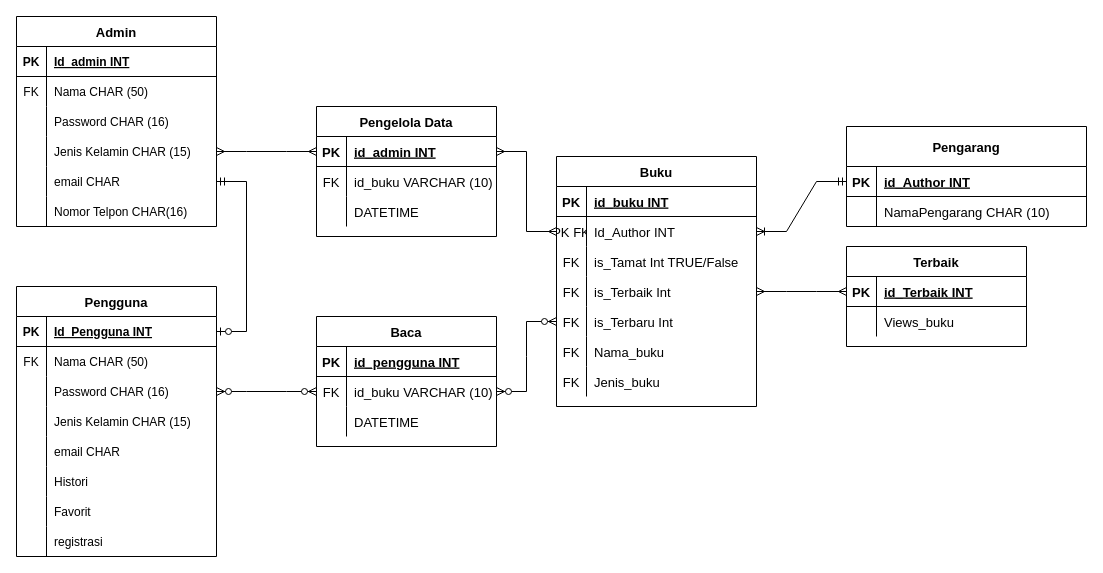
This is Pertemuan5/pertemuan5-erd.drawio from Nurrohman10/IF214002-2, a draw.io file, before an edit. Source tidied: cells renumbered, new cells numbered last; positions are measured from the earlier drawing's top-left corner, leaving out a move shared by most shapes. Both pictures are drawn from the tidied source at 100%, with x=0, y=0 at pixel (16, 16).
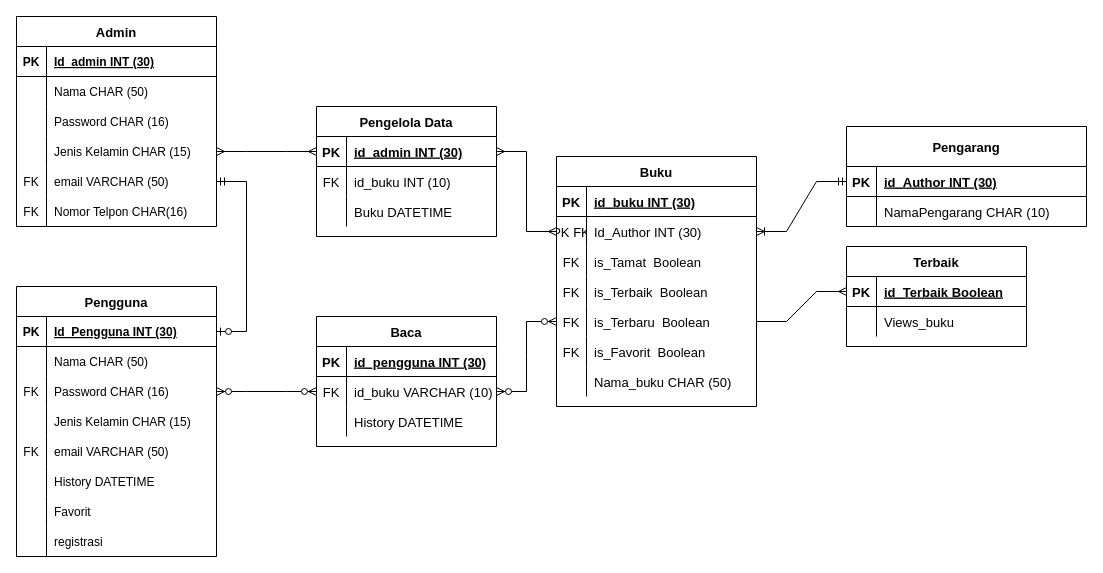
After the change.

Unchanged cells that the change refers to:
```xml
<mxCell id="3" style="shape=partialRectangle;fillColor=none;points=[[0,0.5],[1,0.5]];portConstraint=eastwest;top=0;left=0;right=0;bottom=1;" parent="2" vertex="1">
  <mxGeometry y="30" width="200" height="30" as="geometry" />
</mxCell>
<mxCell id="6" style="shape=partialRectangle;fillColor=none;top=0;left=0;right=0;bottom=0;" parent="2" vertex="1">
  <mxGeometry y="60" width="200" height="30" as="geometry" />
</mxCell>
<mxCell id="9" style="shape=partialRectangle;fillColor=none;points=[[0,0.5],[1,0.5]];portConstraint=eastwest;top=0;left=0;right=0;bottom=0;" parent="2" vertex="1">
  <mxGeometry y="90" width="200" height="30" as="geometry" />
</mxCell>
<mxCell id="15" style="shape=partialRectangle;fillColor=none;top=0;left=0;right=0;bottom=0;" parent="2" vertex="1">
  <mxGeometry y="150" width="200" height="30" as="geometry" />
</mxCell>
<mxCell id="18" style="shape=partialRectangle;fillColor=none;top=0;left=0;right=0;bottom=0;" parent="2" vertex="1">
  <mxGeometry y="180" width="200" height="30" as="geometry" />
</mxCell>
<mxCell id="27" value="Buku" style="shape=table;startSize=30;childLayout=tableLayout;rowLines=0;fontStyle=1;align=center;fontSize=13;" parent="1" vertex="1">
  <mxGeometry x="540" y="140" width="200" height="250" as="geometry" />
</mxCell>
<mxCell id="28" style="shape=tableRow;horizontal=0;startSize=0;swimlaneHead=0;swimlaneBody=0;fillColor=none;top=0;left=0;right=0;bottom=1;fontSize=13;" parent="27" vertex="1">
  <mxGeometry y="30" width="200" height="30" as="geometry" />
</mxCell>
<mxCell id="31" style="shape=tableRow;horizontal=0;startSize=0;swimlaneHead=0;swimlaneBody=0;fillColor=none;points=[[0,0.5],[1,0.5]];portConstraint=eastwest;top=0;left=0;right=0;bottom=0;fontSize=13;" parent="27" vertex="1">
  <mxGeometry y="60" width="200" height="30" as="geometry" />
</mxCell>
<mxCell id="34" style="shape=tableRow;horizontal=0;startSize=0;swimlaneHead=0;swimlaneBody=0;fillColor=none;top=0;left=0;right=0;bottom=0;fontSize=13;" parent="27" vertex="1">
  <mxGeometry y="90" width="200" height="30" as="geometry" />
</mxCell>
<mxCell id="37" style="shape=tableRow;horizontal=0;startSize=0;swimlaneHead=0;swimlaneBody=0;fillColor=none;points=[[0,0.5],[1,0.5]];portConstraint=eastwest;top=0;left=0;right=0;bottom=0;fontSize=13;" parent="27" vertex="1">
  <mxGeometry y="120" width="200" height="30" as="geometry" />
</mxCell>
<mxCell id="40" style="shape=tableRow;horizontal=0;startSize=0;swimlaneHead=0;swimlaneBody=0;fillColor=none;points=[[0,0.5],[1,0.5]];portConstraint=eastwest;top=0;left=0;right=0;bottom=0;fontSize=13;" parent="27" vertex="1">
  <mxGeometry y="150" width="200" height="30" as="geometry" />
</mxCell>
<mxCell id="51" style="shape=tableRow;horizontal=0;startSize=0;swimlaneHead=0;swimlaneBody=0;fillColor=none;points=[[0,0.5],[1,0.5]];portConstraint=eastwest;top=0;left=0;right=0;bottom=1;fontSize=13;" parent="50" vertex="1">
  <mxGeometry y="30" width="180" height="30" as="geometry" />
</mxCell>
<mxCell id="58" style="shape=tableRow;horizontal=0;startSize=0;swimlaneHead=0;swimlaneBody=0;fillColor=none;points=[[0,0.5],[1,0.5]];portConstraint=eastwest;top=0;left=0;right=0;bottom=1;fontSize=13;" parent="57" vertex="1">
  <mxGeometry y="40" width="240" height="30" as="geometry" />
</mxCell>
<mxCell id="66" style="shape=partialRectangle;fillColor=none;top=0;left=0;right=0;bottom=1;" parent="65" vertex="1">
  <mxGeometry y="30" width="200" height="30" as="geometry" />
</mxCell>
<mxCell id="69" style="shape=partialRectangle;fillColor=none;top=0;left=0;right=0;bottom=0;" parent="65" vertex="1">
  <mxGeometry y="60" width="200" height="30" as="geometry" />
</mxCell>
<mxCell id="78" style="shape=partialRectangle;fillColor=none;points=[[0,0.5],[1,0.5]];portConstraint=eastwest;top=0;left=0;right=0;bottom=0;" parent="65" vertex="1">
  <mxGeometry y="150" width="200" height="30" as="geometry" />
</mxCell>
<mxCell id="81" style="shape=partialRectangle;fillColor=none;top=0;left=0;right=0;bottom=0;" parent="65" vertex="1">
  <mxGeometry y="180" width="200" height="30" as="geometry" />
</mxCell>
<mxCell id="88" style="shape=tableRow;horizontal=0;startSize=0;swimlaneHead=0;swimlaneBody=0;fillColor=none;top=0;left=0;right=0;bottom=1;fontSize=13;" parent="87" vertex="1">
  <mxGeometry y="30" width="180" height="30" as="geometry" />
</mxCell>
<mxCell id="94" style="shape=tableRow;horizontal=0;startSize=0;swimlaneHead=0;swimlaneBody=0;fillColor=none;top=0;left=0;right=0;bottom=0;fontSize=13;" parent="87" vertex="1">
  <mxGeometry y="90" width="180" height="30" as="geometry" />
</mxCell>
<mxCell id="99" style="shape=tableRow;horizontal=0;startSize=0;swimlaneHead=0;swimlaneBody=0;fillColor=none;points=[[0,0.5],[1,0.5]];portConstraint=eastwest;top=0;left=0;right=0;bottom=1;fontSize=13;" parent="98" vertex="1">
  <mxGeometry y="30" width="180" height="30" as="geometry" />
</mxCell>
<mxCell id="102" style="shape=tableRow;horizontal=0;startSize=0;swimlaneHead=0;swimlaneBody=0;fillColor=none;top=0;left=0;right=0;bottom=0;fontSize=13;" parent="98" vertex="1">
  <mxGeometry y="60" width="180" height="30" as="geometry" />
</mxCell>
<mxCell id="105" style="shape=tableRow;horizontal=0;startSize=0;swimlaneHead=0;swimlaneBody=0;fillColor=none;top=0;left=0;right=0;bottom=0;fontSize=13;" parent="98" vertex="1">
  <mxGeometry y="90" width="180" height="30" as="geometry" />
</mxCell>
```

Change to the diagram source:
```diff
@@
-    <mxCell id="5" value="Id_Pengguna INT" style="shape=partialRectangle;overflow=hidden;fillColor=none;top=0;left=0;bottom=0;right=0;align=left;spacingLeft=6;fontStyle=5;" parent="3" vertex="1">
+    <mxCell id="5" value="Id_Pengguna INT (30)" style="shape=partialRectangle;overflow=hidden;fillColor=none;top=0;left=0;bottom=0;right=0;align=left;spacingLeft=6;fontStyle=5;" parent="3" vertex="1">
       <mxGeometry x="30" width="170" height="30" as="geometry" />
     </mxCell>
@@
-    <mxCell id="7" value="FK" style="shape=partialRectangle;overflow=hidden;fillColor=none;top=0;left=0;bottom=0;right=0;" parent="6" vertex="1">
+    <mxCell id="7" style="shape=partialRectangle;overflow=hidden;fillColor=none;top=0;left=0;bottom=0;right=0;" parent="6" vertex="1">
       <mxGeometry width="30" height="30" as="geometry" />
     </mxCell>
@@
-    <mxCell id="10" style="shape=partialRectangle;overflow=hidden;fillColor=none;top=0;left=0;bottom=0;right=0;" parent="9" vertex="1">
+    <mxCell id="10" value="FK" style="shape=partialRectangle;overflow=hidden;fillColor=none;top=0;left=0;bottom=0;right=0;" parent="9" vertex="1">
       <mxGeometry width="30" height="30" as="geometry" />
     </mxCell>
@@
-    <mxCell id="16" style="shape=partialRectangle;overflow=hidden;fillColor=none;top=0;left=0;bottom=0;right=0;" parent="15" vertex="1">
+    <mxCell id="16" value="FK" style="shape=partialRectangle;overflow=hidden;fillColor=none;top=0;left=0;bottom=0;right=0;" parent="15" vertex="1">
       <mxGeometry width="30" height="30" as="geometry" />
     </mxCell>
-    <mxCell id="17" value="email CHAR" style="shape=partialRectangle;overflow=hidden;fillColor=none;top=0;left=0;bottom=0;right=0;align=left;spacingLeft=6;" parent="15" vertex="1">
+    <mxCell id="17" value="email VARCHAR (50)" style="shape=partialRectangle;overflow=hidden;fillColor=none;top=0;left=0;bottom=0;right=0;align=left;spacingLeft=6;" parent="15" vertex="1">
       <mxGeometry x="30" width="170" height="30" as="geometry" />
     </mxCell>
@@
-    <mxCell id="20" value="Histori" style="shape=partialRectangle;overflow=hidden;fillColor=none;top=0;left=0;bottom=0;right=0;align=left;spacingLeft=6;" parent="18" vertex="1">
+    <mxCell id="20" value="History DATETIME" style="shape=partialRectangle;overflow=hidden;fillColor=none;top=0;left=0;bottom=0;right=0;align=left;spacingLeft=6;" parent="18" vertex="1">
       <mxGeometry x="30" width="170" height="30" as="geometry" />
     </mxCell>
@@
-    <mxCell id="30" value="id_buku INT" style="shape=partialRectangle;fillColor=none;top=0;left=0;bottom=0;right=0;align=left;spacingLeft=6;fontStyle=5;overflow=hidden;fontSize=13;" parent="28" vertex="1">
+    <mxCell id="30" value="id_buku INT (30)" style="shape=partialRectangle;fillColor=none;top=0;left=0;bottom=0;right=0;align=left;spacingLeft=6;fontStyle=5;overflow=hidden;fontSize=13;" parent="28" vertex="1">
       <mxGeometry x="30" width="170" height="30" as="geometry" />
     </mxCell>
@@
-    <mxCell id="33" value="Id_Author INT" style="shape=partialRectangle;fillColor=none;top=0;left=0;bottom=0;right=0;align=left;spacingLeft=6;overflow=hidden;fontSize=13;" parent="31" vertex="1">
+    <mxCell id="33" value="Id_Author INT (30)" style="shape=partialRectangle;fillColor=none;top=0;left=0;bottom=0;right=0;align=left;spacingLeft=6;overflow=hidden;fontSize=13;" parent="31" vertex="1">
       <mxGeometry x="30" width="170" height="30" as="geometry" />
     </mxCell>
@@
-    <mxCell id="36" value="is_Tamat Int TRUE/False" style="shape=partialRectangle;fillColor=none;top=0;left=0;bottom=0;right=0;align=left;spacingLeft=6;overflow=hidden;fontSize=13;" parent="34" vertex="1">
+    <mxCell id="36" value="is_Tamat  Boolean" style="shape=partialRectangle;fillColor=none;top=0;left=0;bottom=0;right=0;align=left;spacingLeft=6;overflow=hidden;fontSize=13;" parent="34" vertex="1">
       <mxGeometry x="30" width="170" height="30" as="geometry" />
     </mxCell>
@@
-    <mxCell id="39" value="is_Terbaik Int " style="shape=partialRectangle;fillColor=none;top=0;left=0;bottom=0;right=0;align=left;spacingLeft=6;overflow=hidden;fontSize=13;" parent="37" vertex="1">
+    <mxCell id="39" value="is_Terbaik  Boolean" style="shape=partialRectangle;fillColor=none;top=0;left=0;bottom=0;right=0;align=left;spacingLeft=6;overflow=hidden;fontSize=13;" parent="37" vertex="1">
       <mxGeometry x="30" width="170" height="30" as="geometry" />
     </mxCell>
@@
-    <mxCell id="42" value="is_Terbaru Int " style="shape=partialRectangle;fillColor=none;top=0;left=0;bottom=0;right=0;align=left;spacingLeft=6;overflow=hidden;fontSize=13;" parent="40" vertex="1">
+    <mxCell id="42" value="is_Terbaru  Boolean" style="shape=partialRectangle;fillColor=none;top=0;left=0;bottom=0;right=0;align=left;spacingLeft=6;overflow=hidden;fontSize=13;" parent="40" vertex="1">
       <mxGeometry x="30" width="170" height="30" as="geometry" />
     </mxCell>
+    <mxCell id="109" style="shape=tableRow;horizontal=0;startSize=0;swimlaneHead=0;swimlaneBody=0;fillColor=none;top=0;left=0;right=0;bottom=0;fontSize=13;" parent="27" vertex="1">
+      <mxGeometry y="180" width="200" height="30" as="geometry" />
+    </mxCell>
+    <mxCell id="47" value="FK" style="shape=partialRectangle;fillColor=none;top=0;left=0;bottom=0;right=0;overflow=hidden;fontSize=13;" parent="109" vertex="1">
+      <mxGeometry width="30" height="30" as="geometry" />
+    </mxCell>
+    <mxCell id="110" value="is_Favorit  Boolean" style="shape=partialRectangle;fillColor=none;top=0;left=0;bottom=0;right=0;align=left;spacingLeft=6;overflow=hidden;fontSize=13;" parent="109" vertex="1">
+      <mxGeometry x="30" width="170" height="30" as="geometry" />
+    </mxCell>
     <mxCell id="43" style="shape=tableRow;horizontal=0;startSize=0;swimlaneHead=0;swimlaneBody=0;fillColor=none;top=0;left=0;right=0;bottom=0;fontSize=13;" parent="27" vertex="1">
-      <mxGeometry y="180" width="200" height="30" as="geometry" />
+      <mxGeometry y="210" width="200" height="30" as="geometry" />
     </mxCell>
-    <mxCell id="44" value="FK" style="shape=partialRectangle;fillColor=none;top=0;left=0;bottom=0;right=0;overflow=hidden;fontSize=13;" parent="43" vertex="1">
+    <mxCell id="44" style="shape=partialRectangle;fillColor=none;top=0;left=0;bottom=0;right=0;overflow=hidden;fontSize=13;" parent="43" vertex="1">
       <mxGeometry width="30" height="30" as="geometry" />
     </mxCell>
-    <mxCell id="45" value="Nama_buku" style="shape=partialRectangle;fillColor=none;top=0;left=0;bottom=0;right=0;align=left;spacingLeft=6;overflow=hidden;fontSize=13;" parent="43" vertex="1">
+    <mxCell id="45" value="Nama_buku CHAR (50)" style="shape=partialRectangle;fillColor=none;top=0;left=0;bottom=0;right=0;align=left;spacingLeft=6;overflow=hidden;fontSize=13;" parent="43" vertex="1">
       <mxGeometry x="30" width="170" height="30" as="geometry" />
     </mxCell>
-    <mxCell id="46" style="shape=tableRow;horizontal=0;startSize=0;swimlaneHead=0;swimlaneBody=0;fillColor=none;top=0;left=0;right=0;bottom=0;fontSize=13;" parent="27" vertex="1">
-      <mxGeometry y="210" width="200" height="30" as="geometry" />
-    </mxCell>
-    <mxCell id="47" value="FK" style="shape=partialRectangle;fillColor=none;top=0;left=0;bottom=0;right=0;overflow=hidden;fontSize=13;" parent="46" vertex="1">
-      <mxGeometry width="30" height="30" as="geometry" />
-    </mxCell>
-    <mxCell id="48" value="Jenis_buku" style="shape=partialRectangle;fillColor=none;top=0;left=0;bottom=0;right=0;align=left;spacingLeft=6;overflow=hidden;fontSize=13;" parent="46" vertex="1">
-      <mxGeometry x="30" width="170" height="30" as="geometry" />
-    </mxCell>
@@
-    <mxCell id="53" value="id_Terbaik INT" style="shape=partialRectangle;fillColor=none;top=0;left=0;bottom=0;right=0;align=left;spacingLeft=6;fontStyle=5;overflow=hidden;fontSize=13;" parent="51" vertex="1">
+    <mxCell id="53" value="id_Terbaik Boolean" style="shape=partialRectangle;fillColor=none;top=0;left=0;bottom=0;right=0;align=left;spacingLeft=6;fontStyle=5;overflow=hidden;fontSize=13;" parent="51" vertex="1">
       <mxGeometry x="30" width="150" height="30" as="geometry" />
     </mxCell>
@@
-    <mxCell id="60" value="id_Author INT" style="shape=partialRectangle;fillColor=none;top=0;left=0;bottom=0;right=0;align=left;spacingLeft=6;fontStyle=5;overflow=hidden;fontSize=13;" parent="58" vertex="1">
+    <mxCell id="60" value="id_Author INT (30)" style="shape=partialRectangle;fillColor=none;top=0;left=0;bottom=0;right=0;align=left;spacingLeft=6;fontStyle=5;overflow=hidden;fontSize=13;" parent="58" vertex="1">
       <mxGeometry x="30" width="210" height="30" as="geometry" />
     </mxCell>
@@
-    <mxCell id="68" value="Id_admin INT" style="shape=partialRectangle;overflow=hidden;fillColor=none;top=0;left=0;bottom=0;right=0;align=left;spacingLeft=6;fontStyle=5;" parent="66" vertex="1">
+    <mxCell id="68" value="Id_admin INT (30)" style="shape=partialRectangle;overflow=hidden;fillColor=none;top=0;left=0;bottom=0;right=0;align=left;spacingLeft=6;fontStyle=5;" parent="66" vertex="1">
       <mxGeometry x="30" width="170" height="30" as="geometry" />
     </mxCell>
@@
-    <mxCell id="70" value="FK" style="shape=partialRectangle;overflow=hidden;fillColor=none;top=0;left=0;bottom=0;right=0;" parent="69" vertex="1">
+    <mxCell id="70" style="shape=partialRectangle;overflow=hidden;fillColor=none;top=0;left=0;bottom=0;right=0;" parent="69" vertex="1">
       <mxGeometry width="30" height="30" as="geometry" />
     </mxCell>
@@
-    <mxCell id="79" style="shape=partialRectangle;overflow=hidden;fillColor=none;top=0;left=0;bottom=0;right=0;" parent="78" vertex="1">
+    <mxCell id="79" value="FK" style="shape=partialRectangle;overflow=hidden;fillColor=none;top=0;left=0;bottom=0;right=0;" parent="78" vertex="1">
       <mxGeometry width="30" height="30" as="geometry" />
     </mxCell>
-    <mxCell id="80" value="email CHAR" style="shape=partialRectangle;overflow=hidden;fillColor=none;top=0;left=0;bottom=0;right=0;align=left;spacingLeft=6;" parent="78" vertex="1">
+    <mxCell id="80" value="email VARCHAR (50)" style="shape=partialRectangle;overflow=hidden;fillColor=none;top=0;left=0;bottom=0;right=0;align=left;spacingLeft=6;" parent="78" vertex="1">
       <mxGeometry x="30" width="170" height="30" as="geometry" />
     </mxCell>
@@
-    <mxCell id="82" style="shape=partialRectangle;overflow=hidden;fillColor=none;top=0;left=0;bottom=0;right=0;" parent="81" vertex="1">
+    <mxCell id="82" value="FK" style="shape=partialRectangle;overflow=hidden;fillColor=none;top=0;left=0;bottom=0;right=0;" parent="81" vertex="1">
       <mxGeometry width="30" height="30" as="geometry" />
     </mxCell>
@@
-    <mxCell id="85" style="edgeStyle=entityRelationEdgeStyle;fontSize=12;html=1;endArrow=ERmany;startArrow=ERmany;rounded=0;entryX=0;entryY=0.5;entryDx=0;entryDy=0;" parent="1" edge="1" source="37" target="51">
-      <mxGeometry relative="1" as="geometry" />
-    </mxCell>
@@
-    <mxCell id="90" value="id_pengguna INT" style="shape=partialRectangle;fillColor=none;top=0;left=0;bottom=0;right=0;align=left;spacingLeft=6;fontStyle=5;overflow=hidden;fontSize=13;" parent="88" vertex="1">
+    <mxCell id="90" value="id_pengguna INT (30)" style="shape=partialRectangle;fillColor=none;top=0;left=0;bottom=0;right=0;align=left;spacingLeft=6;fontStyle=5;overflow=hidden;fontSize=13;" parent="88" vertex="1">
       <mxGeometry x="30" width="150" height="30" as="geometry" />
     </mxCell>
@@
-    <mxCell id="96" value="DATETIME" style="shape=partialRectangle;fillColor=none;top=0;left=0;bottom=0;right=0;align=left;spacingLeft=6;overflow=hidden;fontSize=13;" parent="94" vertex="1">
+    <mxCell id="96" value="History DATETIME" style="shape=partialRectangle;fillColor=none;top=0;left=0;bottom=0;right=0;align=left;spacingLeft=6;overflow=hidden;fontSize=13;" parent="94" vertex="1">
       <mxGeometry x="30" width="150" height="30" as="geometry" />
     </mxCell>
@@
-    <mxCell id="101" value="id_admin INT" style="shape=partialRectangle;fillColor=none;top=0;left=0;bottom=0;right=0;align=left;spacingLeft=6;fontStyle=5;overflow=hidden;fontSize=13;" parent="99" vertex="1">
+    <mxCell id="101" value="id_admin INT (30)" style="shape=partialRectangle;fillColor=none;top=0;left=0;bottom=0;right=0;align=left;spacingLeft=6;fontStyle=5;overflow=hidden;fontSize=13;" parent="99" vertex="1">
       <mxGeometry x="30" width="150" height="30" as="geometry" />
     </mxCell>
@@
-    <mxCell id="104" value="id_buku VARCHAR (10)" style="shape=partialRectangle;fillColor=none;top=0;left=0;bottom=0;right=0;align=left;spacingLeft=6;overflow=hidden;fontSize=13;" parent="102" vertex="1">
+    <mxCell id="104" value="id_buku INT (10)" style="shape=partialRectangle;fillColor=none;top=0;left=0;bottom=0;right=0;align=left;spacingLeft=6;overflow=hidden;fontSize=13;" parent="102" vertex="1">
       <mxGeometry x="30" width="150" height="30" as="geometry" />
     </mxCell>
@@
-    <mxCell id="107" value="DATETIME" style="shape=partialRectangle;fillColor=none;top=0;left=0;bottom=0;right=0;align=left;spacingLeft=6;overflow=hidden;fontSize=13;" parent="105" vertex="1">
+    <mxCell id="107" value="Buku DATETIME" style="shape=partialRectangle;fillColor=none;top=0;left=0;bottom=0;right=0;align=left;spacingLeft=6;overflow=hidden;fontSize=13;" parent="105" vertex="1">
       <mxGeometry x="30" width="150" height="30" as="geometry" />
     </mxCell>
@@
+    <mxCell id="111" style="edgeStyle=entityRelationEdgeStyle;fontSize=12;html=1;endArrow=ERmany;rounded=0;entryX=0;entryY=0.5;entryDx=0;entryDy=0;exitX=1;exitY=0.5;exitDx=0;exitDy=0;" parent="1" edge="1" source="40" target="51">
+      <mxGeometry relative="1" as="geometry" />
+    </mxCell>
```
